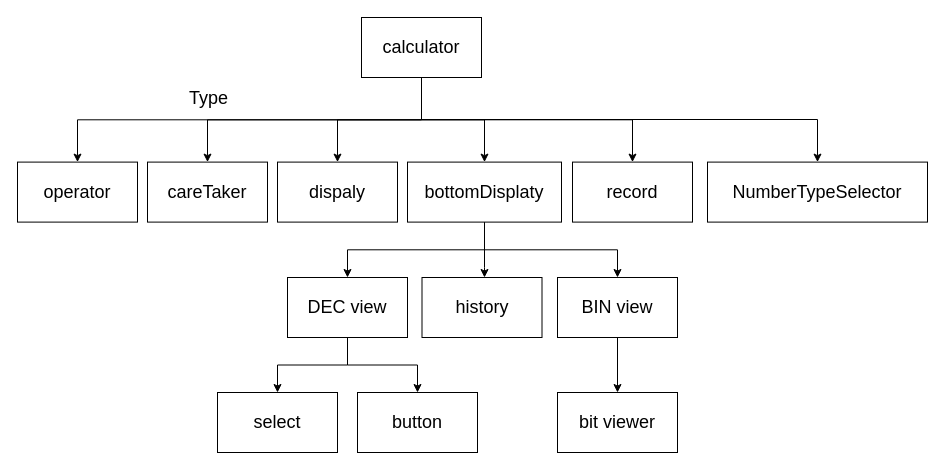
Earlier version of the draw.io diagram calculator/draw/Diagram.drawio (sun202x/project1). Source tidied: cells renumbered, new cells numbered last; positions are measured from the earlier drawing's top-left corner, leaving out a move shared by most shapes. Both pictures are drawn from the tidied source at 100%, with x=0, y=0 at pixel (17, 17).
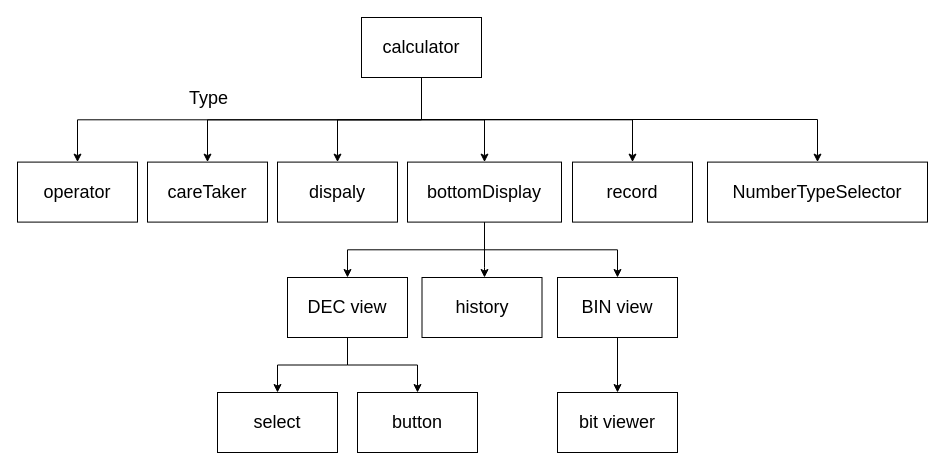
Above is the later version.

What changed in the source:
```diff
@@
-    <mxCell id="18" value="&lt;font style=&quot;font-size: 18px&quot;&gt;bottomDisplaty&lt;/font&gt;" style="whiteSpace=wrap;html=1;rounded=0;" parent="1" vertex="1">
+    <mxCell id="18" value="&lt;font style=&quot;font-size: 18px&quot;&gt;bottomDisplay&lt;/font&gt;" style="whiteSpace=wrap;html=1;rounded=0;" parent="1" vertex="1">
       <mxGeometry x="390" y="144.6" width="154" height="60" as="geometry" />
     </mxCell>
```
